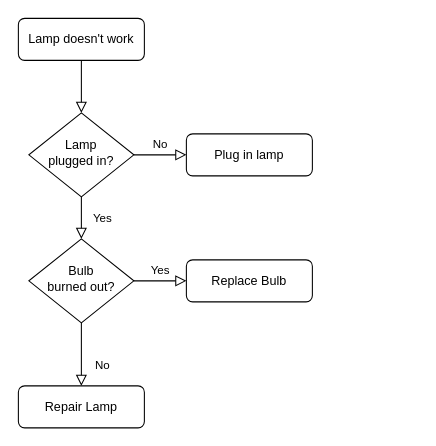
The draw.io diagram Dummy.drawio in narangmayank/draw-io, before the edit. Source tidied: cells renumbered, new cells numbered last; positions are measured from the earlier drawing's top-left corner, leaving out a move shared by most shapes. Both pictures are drawn from the tidied source at 105%, with x=0, y=0 at pixel (18, 18).
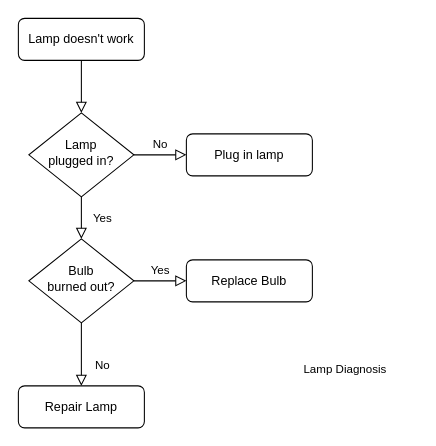
After the change.

Change to the diagram source:
```diff
@@
 <mxGraphModel>
   <root>
     <mxCell id="0" />
     <mxCell id="1" parent="0" />
     <mxCell id="2" style="rounded=0;html=1;jettySize=auto;fontSize=11;endArrow=block;endFill=0;endSize=8;strokeWidth=1;shadow=0;labelBackgroundColor=none;edgeStyle=orthogonalEdgeStyle;" parent="1" edge="1" source="3" target="6">
       <mxGeometry relative="1" as="geometry" />
     </mxCell>
     <mxCell id="3" value="Lamp doesn't work" style="rounded=1;whiteSpace=wrap;html=1;fontSize=12;glass=0;strokeWidth=1;shadow=0;" parent="1" vertex="1">
       <mxGeometry width="120" height="40" as="geometry" />
     </mxCell>
     <mxCell id="4" value="Yes" style="rounded=0;html=1;jettySize=auto;fontSize=11;endArrow=block;endFill=0;endSize=8;strokeWidth=1;shadow=0;labelBackgroundColor=none;edgeStyle=orthogonalEdgeStyle;" parent="1" edge="1" source="6" target="10">
       <mxGeometry y="20" relative="1" as="geometry" />
     </mxCell>
     <mxCell id="5" value="No" style="edgeStyle=orthogonalEdgeStyle;rounded=0;html=1;jettySize=auto;fontSize=11;endArrow=block;endFill=0;endSize=8;strokeWidth=1;shadow=0;labelBackgroundColor=none;" parent="1" edge="1" source="6" target="7">
       <mxGeometry y="10" relative="1" as="geometry" />
     </mxCell>
     <mxCell id="6" value="Lamp&lt;br&gt;plugged in?" style="rhombus;whiteSpace=wrap;html=1;shadow=0;fontFamily=Helvetica;fontSize=12;align=center;strokeWidth=1;spacing=6;spacingTop=-4;" parent="1" vertex="1">
       <mxGeometry x="10" y="90" width="100" height="80" as="geometry" />
     </mxCell>
     <mxCell id="7" value="Plug in lamp" style="rounded=1;whiteSpace=wrap;html=1;fontSize=12;glass=0;strokeWidth=1;shadow=0;" parent="1" vertex="1">
       <mxGeometry x="160" y="110" width="120" height="40" as="geometry" />
     </mxCell>
     <mxCell id="8" value="No" style="rounded=0;html=1;jettySize=auto;fontSize=11;endArrow=block;endFill=0;endSize=8;strokeWidth=1;shadow=0;labelBackgroundColor=none;edgeStyle=orthogonalEdgeStyle;" parent="1" edge="1" source="10" target="11">
       <mxGeometry x="0.33" y="20" relative="1" as="geometry" />
     </mxCell>
     <mxCell id="9" value="Yes" style="edgeStyle=orthogonalEdgeStyle;rounded=0;html=1;jettySize=auto;fontSize=11;endArrow=block;endFill=0;endSize=8;strokeWidth=1;shadow=0;labelBackgroundColor=none;" parent="1" edge="1" source="10" target="12">
       <mxGeometry y="10" relative="1" as="geometry" />
     </mxCell>
     <mxCell id="10" value="Bulb&lt;br&gt;burned out?" style="rhombus;whiteSpace=wrap;html=1;shadow=0;fontFamily=Helvetica;fontSize=12;align=center;strokeWidth=1;spacing=6;spacingTop=-4;" parent="1" vertex="1">
       <mxGeometry x="10" y="210" width="100" height="80" as="geometry" />
     </mxCell>
     <mxCell id="11" value="Repair Lamp" style="rounded=1;whiteSpace=wrap;html=1;fontSize=12;glass=0;strokeWidth=1;shadow=0;" parent="1" vertex="1">
       <mxGeometry y="350" width="120" height="40" as="geometry" />
     </mxCell>
     <mxCell id="12" value="Replace Bulb" style="rounded=1;whiteSpace=wrap;html=1;fontSize=12;glass=0;strokeWidth=1;shadow=0;" parent="1" vertex="1">
       <mxGeometry x="160" y="230" width="120" height="40" as="geometry" />
     </mxCell>
+    <mxCell id="13" value="&lt;span style=&quot;font-size: 11px; text-wrap: nowrap;&quot;&gt;Lamp Diagnosis&lt;/span&gt;" style="text;whiteSpace=wrap;html=1;" parent="1" vertex="1">
+      <mxGeometry x="270" y="320" width="110" height="40" as="geometry" />
+    </mxCell>
   </root>
 </mxGraphModel>
```
